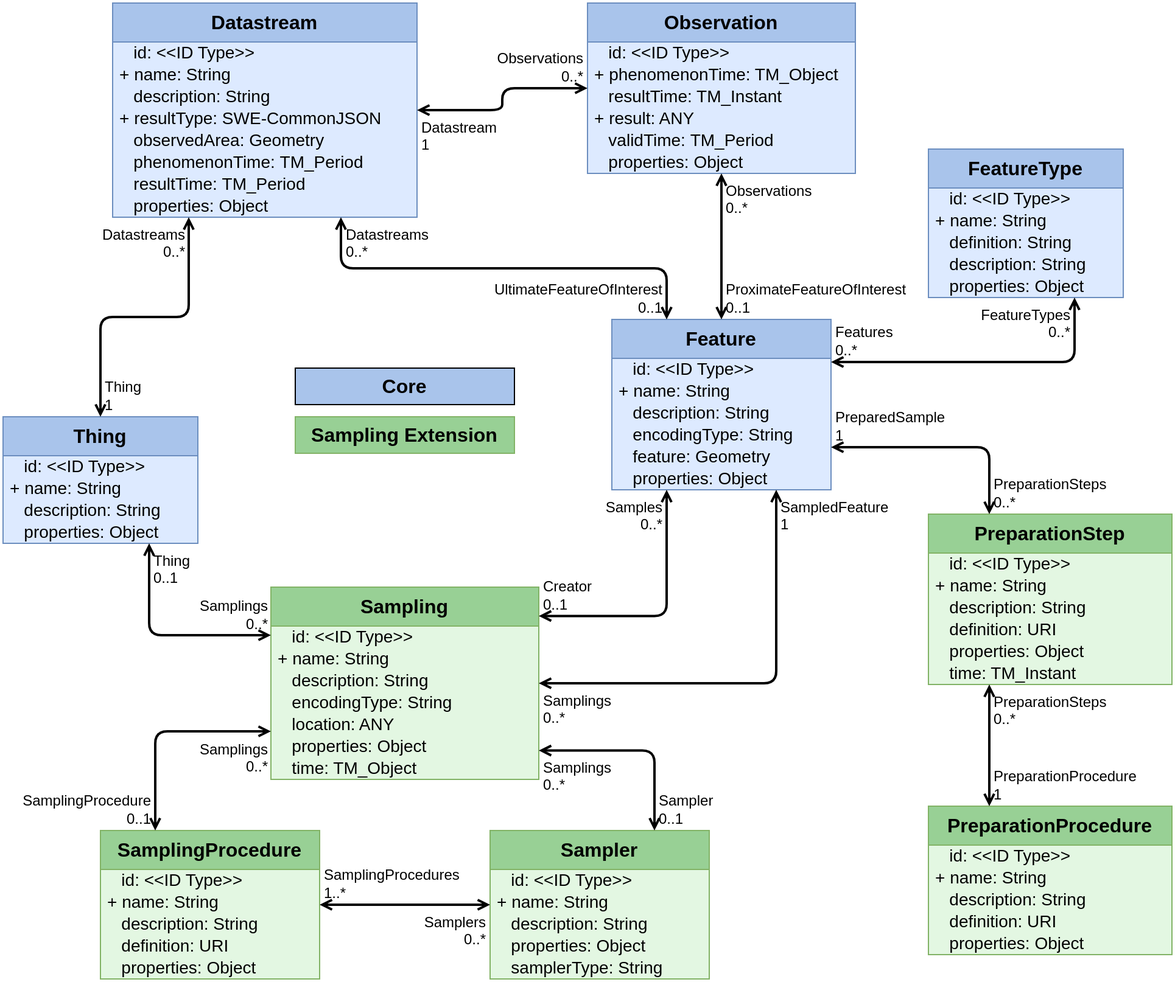
Before: figures/Datamodel-SensorThingsApi-V2-proposal-1-Sampling.drawio.png, a diagram exported from draw.io (opengeospatial/sensorthings). Source tidied: cells renumbered, new cells last; positions are measured from the earlier drawing's top-left corner, leaving out a move shared by most shapes.
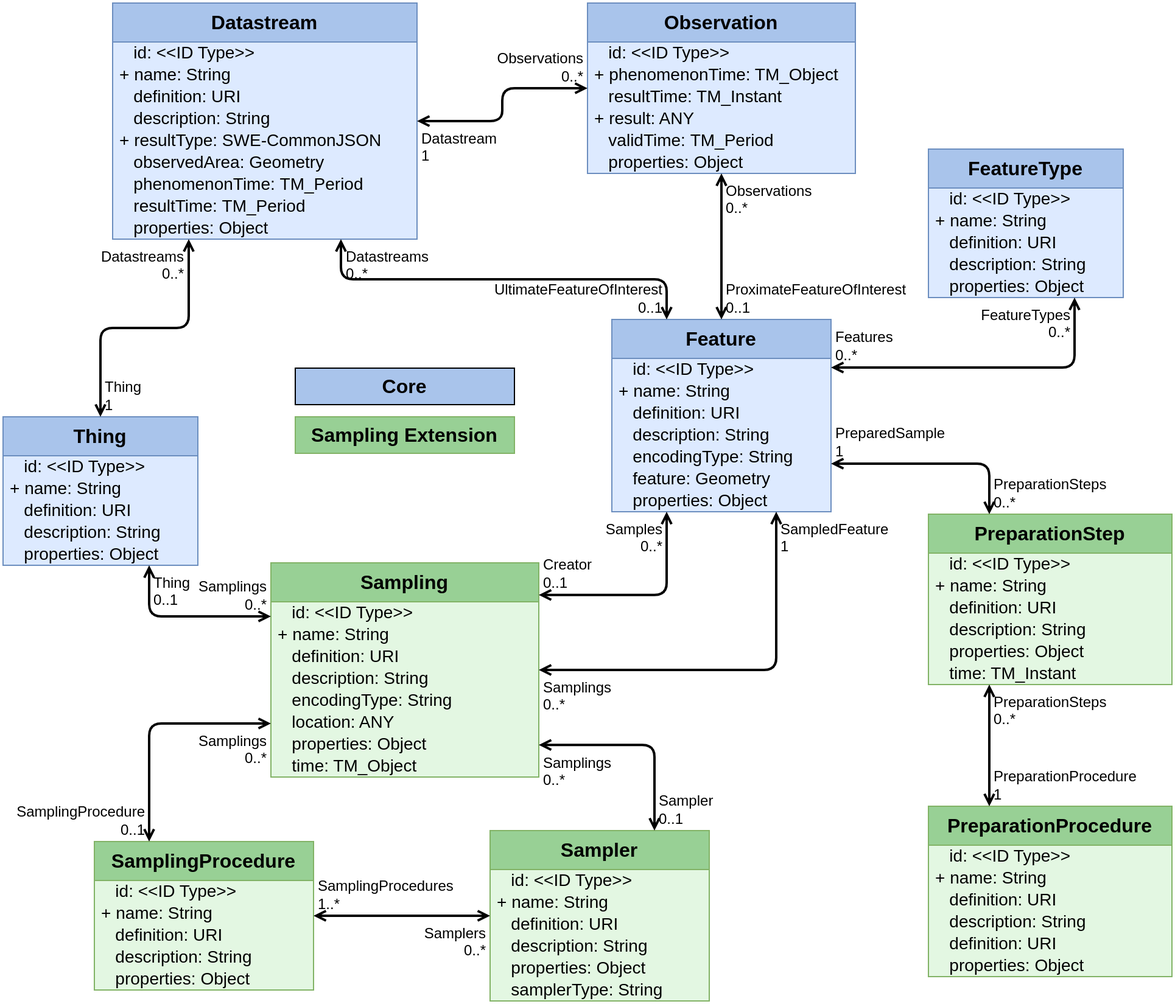
After the commit.

Commit message:
Added definition field to most EntityTypes

Diff of the diagram source:
```diff
@@ -5,3 +5,3 @@
     <mxCell id="2" value="Feature" style="swimlane;fontStyle=1;horizontal=1;startSize=32;fontSize=16;whiteSpace=wrap;html=1;fillColor=#A9C4EB;strokeColor=#6c8ebf;swimlaneFillColor=#DDEAFF;verticalAlign=top;" parent="1" vertex="1">
-      <mxGeometry x="500" y="260" width="180" height="140" as="geometry" />
+      <mxGeometry x="500" y="260" width="180" height="158" as="geometry" />
     </mxCell>
@@ -13,13 +13,16 @@
     </mxCell>
+    <mxCell id="110" value="&amp;nbsp;&amp;nbsp;&amp;nbsp;definition: URI" style="text;strokeColor=none;fillColor=none;align=left;verticalAlign=middle;spacingLeft=4;spacingRight=4;overflow=visible;html=1;fontSize=14;" parent="2" vertex="1">
+      <mxGeometry y="68" width="180" height="18" as="geometry" />
+    </mxCell>
     <mxCell id="5" value="&amp;nbsp; &amp;nbsp;description: String" style="text;strokeColor=none;fillColor=none;align=left;verticalAlign=middle;spacingLeft=4;spacingRight=4;overflow=visible;html=1;fontSize=14;" parent="2" vertex="1">
-      <mxGeometry y="68" width="180" height="18" as="geometry" />
+      <mxGeometry y="86" width="180" height="18" as="geometry" />
     </mxCell>
     <mxCell id="6" value="&amp;nbsp; &amp;nbsp;encodingType: String" style="text;strokeColor=none;fillColor=none;align=left;verticalAlign=middle;spacingLeft=4;spacingRight=4;overflow=visible;html=1;fontSize=14;" parent="2" vertex="1">
-      <mxGeometry y="86" width="180" height="18" as="geometry" />
+      <mxGeometry y="104" width="180" height="18" as="geometry" />
     </mxCell>
     <mxCell id="7" value="&amp;nbsp; &amp;nbsp;feature: Geometry" style="text;strokeColor=none;fillColor=none;align=left;verticalAlign=middle;spacingLeft=4;spacingRight=4;overflow=visible;html=1;fontSize=14;" parent="2" vertex="1">
-      <mxGeometry y="104" width="180" height="18" as="geometry" />
+      <mxGeometry y="122" width="180" height="18" as="geometry" />
     </mxCell>
     <mxCell id="8" value="&amp;nbsp;&amp;nbsp;&amp;nbsp;properties: Object" style="text;strokeColor=none;fillColor=none;align=left;verticalAlign=middle;spacingLeft=4;spacingRight=4;overflow=visible;html=1;fontSize=14;" parent="2" vertex="1">
-      <mxGeometry y="122" width="180" height="18" as="geometry" />
+      <mxGeometry y="140" width="180" height="18" as="geometry" />
     </mxCell>
@@ -34,3 +37,3 @@
     </mxCell>
-    <mxCell id="12" value="&amp;nbsp; &amp;nbsp;definition: String" style="text;strokeColor=none;fillColor=none;align=left;verticalAlign=middle;spacingLeft=4;spacingRight=4;overflow=visible;html=1;fontSize=14;" parent="9" vertex="1">
+    <mxCell id="12" value="&amp;nbsp; &amp;nbsp;definition: URI" style="text;strokeColor=none;fillColor=none;align=left;verticalAlign=middle;spacingLeft=4;spacingRight=4;overflow=visible;html=1;fontSize=14;" parent="9" vertex="1">
       <mxGeometry y="68" width="160" height="18" as="geometry" />
@@ -53,3 +56,3 @@
     <mxCell id="18" value="PreparationProcedure" style="swimlane;fontStyle=1;horizontal=1;startSize=32;fontSize=16;whiteSpace=wrap;html=1;fillColor=#98D095;strokeColor=#82b366;swimlaneFillColor=#E3F7E2;" parent="1" vertex="1">
-      <mxGeometry x="760" y="660" width="200" height="122" as="geometry" />
+      <mxGeometry x="760" y="660" width="200" height="140" as="geometry" />
     </mxCell>
@@ -61,10 +64,13 @@
     </mxCell>
+    <mxCell id="111" value="&amp;nbsp;&amp;nbsp;&amp;nbsp;definition: URI" style="text;strokeColor=none;fillColor=none;align=left;verticalAlign=middle;spacingLeft=4;spacingRight=4;overflow=visible;html=1;fontSize=14;" parent="18" vertex="1">
+      <mxGeometry y="68" width="200" height="18" as="geometry" />
+    </mxCell>
     <mxCell id="21" value="&amp;nbsp;&amp;nbsp;&amp;nbsp;description: String" style="text;strokeColor=none;fillColor=none;align=left;verticalAlign=middle;spacingLeft=4;spacingRight=4;overflow=visible;html=1;fontSize=14;" parent="18" vertex="1">
-      <mxGeometry y="68" width="200" height="18" as="geometry" />
+      <mxGeometry y="86" width="200" height="18" as="geometry" />
     </mxCell>
     <mxCell id="22" value="&amp;nbsp;&amp;nbsp;&amp;nbsp;definition: URI" style="text;strokeColor=none;fillColor=none;align=left;verticalAlign=middle;spacingLeft=4;spacingRight=4;overflow=visible;html=1;fontSize=14;" parent="18" vertex="1">
-      <mxGeometry y="86" width="200" height="18" as="geometry" />
+      <mxGeometry y="104" width="200" height="18" as="geometry" />
     </mxCell>
     <mxCell id="23" value="&amp;nbsp;&amp;nbsp;&amp;nbsp;properties: Object" style="text;strokeColor=none;fillColor=none;align=left;verticalAlign=middle;spacingLeft=4;spacingRight=4;overflow=visible;html=1;fontSize=14;" parent="18" vertex="1">
-      <mxGeometry y="104" width="200" height="18" as="geometry" />
+      <mxGeometry y="122" width="200" height="18" as="geometry" />
     </mxCell>
@@ -79,8 +85,8 @@
     </mxCell>
+    <mxCell id="28" value="&amp;nbsp;&amp;nbsp;&amp;nbsp;definition: URI" style="text;strokeColor=none;fillColor=none;align=left;verticalAlign=middle;spacingLeft=4;spacingRight=4;overflow=visible;html=1;fontSize=14;" parent="24" vertex="1">
+      <mxGeometry y="68" width="200" height="18" as="geometry" />
+    </mxCell>
     <mxCell id="27" value="&amp;nbsp;&amp;nbsp;&amp;nbsp;description: String" style="text;strokeColor=none;fillColor=none;align=left;verticalAlign=middle;spacingLeft=4;spacingRight=4;overflow=visible;html=1;fontSize=14;" parent="24" vertex="1">
-      <mxGeometry y="68" width="200" height="18" as="geometry" />
+      <mxGeometry y="86" width="200" height="18" as="geometry" />
     </mxCell>
-    <mxCell id="28" value="&amp;nbsp;&amp;nbsp;&amp;nbsp;definition: URI" style="text;strokeColor=none;fillColor=none;align=left;verticalAlign=middle;spacingLeft=4;spacingRight=4;overflow=visible;html=1;fontSize=14;" parent="24" vertex="1">
-      <mxGeometry y="86" width="200" height="18" as="geometry" />
-    </mxCell>
     <mxCell id="29" value="&amp;nbsp;&amp;nbsp;&amp;nbsp;properties: Object" style="text;strokeColor=none;fillColor=none;align=left;verticalAlign=middle;spacingLeft=4;spacingRight=4;overflow=visible;html=1;fontSize=14;" parent="24" vertex="1">
@@ -110,3 +116,3 @@
     <mxCell id="37" value="Sampler" style="swimlane;fontStyle=1;horizontal=1;startSize=32;fontSize=16;whiteSpace=wrap;html=1;fillColor=#98D095;strokeColor=#82b366;swimlaneFillColor=#E3F7E2;" parent="1" vertex="1">
-      <mxGeometry x="400" y="680" width="180" height="122" as="geometry" />
+      <mxGeometry x="400" y="680" width="180" height="140" as="geometry" />
     </mxCell>
@@ -118,13 +124,16 @@
     </mxCell>
+    <mxCell id="64" value="&amp;nbsp;&amp;nbsp;&amp;nbsp;definition: URI" style="text;strokeColor=none;fillColor=none;align=left;verticalAlign=middle;spacingLeft=4;spacingRight=4;overflow=visible;html=1;fontSize=14;" parent="37" vertex="1">
+      <mxGeometry y="68" width="180" height="18" as="geometry" />
+    </mxCell>
     <mxCell id="40" value="&amp;nbsp;&amp;nbsp;&amp;nbsp;description: String" style="text;strokeColor=none;fillColor=none;align=left;verticalAlign=middle;spacingLeft=4;spacingRight=4;overflow=visible;html=1;fontSize=14;" parent="37" vertex="1">
-      <mxGeometry y="68" width="180" height="18" as="geometry" />
+      <mxGeometry y="86" width="180" height="18" as="geometry" />
     </mxCell>
     <mxCell id="41" value="&amp;nbsp;&amp;nbsp;&amp;nbsp;properties: Object" style="text;strokeColor=none;fillColor=none;align=left;verticalAlign=middle;spacingLeft=4;spacingRight=4;overflow=visible;html=1;fontSize=14;" parent="37" vertex="1">
-      <mxGeometry y="86" width="180" height="18" as="geometry" />
+      <mxGeometry y="104" width="180" height="18" as="geometry" />
     </mxCell>
     <mxCell id="42" value="&amp;nbsp;&amp;nbsp;&amp;nbsp;samplerType: String" style="text;strokeColor=none;fillColor=none;align=left;verticalAlign=middle;spacingLeft=4;spacingRight=4;overflow=visible;html=1;fontSize=14;" parent="37" vertex="1">
-      <mxGeometry y="104" width="180" height="18" as="geometry" />
+      <mxGeometry y="122" width="180" height="18" as="geometry" />
     </mxCell>
     <mxCell id="43" value="Sampling" style="swimlane;fontStyle=1;horizontal=1;startSize=32;fontSize=16;whiteSpace=wrap;html=1;fillColor=#98D095;strokeColor=#82b366;swimlaneFillColor=#E3F7E2;points=[[0,0,0,0,0],[0,0.25,0,0,0],[0,0.5,0,0,0],[0,0.75,0,0,0],[0,1,0,0,0],[0.25,0,0,0,0],[0.25,1,0,0,0],[0.5,0,0,0,0],[0.5,1,0,0,0],[0.75,0,0,0,0],[0.75,1,0,0,0],[1,0,0,0,0],[1,0.15,0,0,0],[1,0.5,0,0,0],[1,0.85,0,0,0],[1,1,0,0,0]];" parent="1" vertex="1">
-      <mxGeometry x="220" y="480" width="220" height="158" as="geometry" />
+      <mxGeometry x="220" y="460" width="220" height="176" as="geometry" />
     </mxCell>
@@ -136,16 +145,19 @@
     </mxCell>
+    <mxCell id="112" value="&amp;nbsp;&amp;nbsp;&amp;nbsp;definition: URI" style="text;strokeColor=none;fillColor=none;align=left;verticalAlign=middle;spacingLeft=4;spacingRight=4;overflow=visible;html=1;fontSize=14;" parent="43" vertex="1">
+      <mxGeometry y="68" width="220" height="18" as="geometry" />
+    </mxCell>
     <mxCell id="46" value="&amp;nbsp;&amp;nbsp;&amp;nbsp;description: String" style="text;strokeColor=none;fillColor=none;align=left;verticalAlign=middle;spacingLeft=4;spacingRight=4;overflow=visible;html=1;fontSize=14;" parent="43" vertex="1">
-      <mxGeometry y="68" width="220" height="18" as="geometry" />
+      <mxGeometry y="86" width="220" height="18" as="geometry" />
     </mxCell>
     <mxCell id="47" value="&amp;nbsp;&amp;nbsp;&amp;nbsp;encodingType: String" style="text;strokeColor=none;fillColor=none;align=left;verticalAlign=middle;spacingLeft=4;spacingRight=4;overflow=visible;html=1;fontSize=14;" parent="43" vertex="1">
-      <mxGeometry y="86" width="220" height="18" as="geometry" />
+      <mxGeometry y="104" width="220" height="18" as="geometry" />
     </mxCell>
     <mxCell id="48" value="&amp;nbsp;&amp;nbsp;&amp;nbsp;location: ANY" style="text;strokeColor=none;fillColor=none;align=left;verticalAlign=middle;spacingLeft=4;spacingRight=4;overflow=visible;html=1;fontSize=14;" parent="43" vertex="1">
-      <mxGeometry y="104" width="220" height="18" as="geometry" />
+      <mxGeometry y="122" width="220" height="18" as="geometry" />
     </mxCell>
     <mxCell id="49" value="&amp;nbsp;&amp;nbsp;&amp;nbsp;properties: Object" style="text;strokeColor=none;fillColor=none;align=left;verticalAlign=middle;spacingLeft=4;spacingRight=4;overflow=visible;html=1;fontSize=14;" parent="43" vertex="1">
-      <mxGeometry y="122" width="220" height="18" as="geometry" />
+      <mxGeometry y="140" width="220" height="18" as="geometry" />
     </mxCell>
     <mxCell id="50" value="&amp;nbsp; &amp;nbsp;time: TM_Object" style="text;strokeColor=none;fillColor=none;align=left;verticalAlign=middle;spacingLeft=4;spacingRight=4;overflow=visible;html=1;fontSize=14;" parent="43" vertex="1">
-      <mxGeometry y="140" width="220" height="18" as="geometry" />
+      <mxGeometry y="158" width="220" height="18" as="geometry" />
     </mxCell>
@@ -179,3 +191,3 @@
     <mxCell id="60" value="SamplingProcedure" style="swimlane;fontStyle=1;horizontal=1;startSize=32;fontSize=16;whiteSpace=wrap;html=1;fillColor=#98D095;strokeColor=#82b366;swimlaneFillColor=#E3F7E2;" parent="1" vertex="1">
-      <mxGeometry x="80" y="680" width="180" height="122" as="geometry" />
+      <mxGeometry x="75" y="689" width="180" height="122" as="geometry" />
     </mxCell>
@@ -187,8 +199,8 @@
     </mxCell>
+    <mxCell id="113" value="&amp;nbsp;&amp;nbsp;&amp;nbsp;definition: URI" style="text;strokeColor=none;fillColor=none;align=left;verticalAlign=middle;spacingLeft=4;spacingRight=4;overflow=visible;html=1;fontSize=14;" parent="60" vertex="1">
+      <mxGeometry y="68" width="180" height="18" as="geometry" />
+    </mxCell>
     <mxCell id="63" value="&amp;nbsp;&amp;nbsp;&amp;nbsp;description: String" style="text;strokeColor=none;fillColor=none;align=left;verticalAlign=middle;spacingLeft=4;spacingRight=4;overflow=visible;html=1;fontSize=14;" parent="60" vertex="1">
-      <mxGeometry y="68" width="180" height="18" as="geometry" />
+      <mxGeometry y="86" width="180" height="18" as="geometry" />
     </mxCell>
-    <mxCell id="64" value="&amp;nbsp;&amp;nbsp;&amp;nbsp;definition: URI" style="text;strokeColor=none;fillColor=none;align=left;verticalAlign=middle;spacingLeft=4;spacingRight=4;overflow=visible;html=1;fontSize=14;" parent="60" vertex="1">
-      <mxGeometry y="86" width="180" height="18" as="geometry" />
-    </mxCell>
     <mxCell id="65" value="&amp;nbsp;&amp;nbsp;&amp;nbsp;properties: Object" style="text;strokeColor=none;fillColor=none;align=left;verticalAlign=middle;spacingLeft=4;spacingRight=4;overflow=visible;html=1;fontSize=14;" parent="60" vertex="1">
@@ -215,3 +227,3 @@
     <mxCell id="72" value="Thing" style="swimlane;fontStyle=1;horizontal=1;startSize=32;fontSize=16;whiteSpace=wrap;html=1;fillColor=#A9C4EB;strokeColor=#6c8ebf;swimlaneFillColor=#DDEAFF;verticalAlign=top;" parent="1" vertex="1">
-      <mxGeometry y="340" width="160" height="104" as="geometry" />
+      <mxGeometry y="340" width="160" height="122" as="geometry" />
     </mxCell>
@@ -223,7 +235,10 @@
     </mxCell>
+    <mxCell id="114" value="&amp;nbsp;&amp;nbsp;&amp;nbsp;definition: URI" style="text;strokeColor=none;fillColor=none;align=left;verticalAlign=middle;spacingLeft=4;spacingRight=4;overflow=visible;html=1;fontSize=14;" parent="72" vertex="1">
+      <mxGeometry y="68" width="160" height="18" as="geometry" />
+    </mxCell>
     <mxCell id="75" value="&amp;nbsp; &amp;nbsp;description: String" style="text;strokeColor=none;fillColor=none;align=left;verticalAlign=middle;spacingLeft=4;spacingRight=4;overflow=visible;html=1;fontSize=14;" parent="72" vertex="1">
-      <mxGeometry y="68" width="160" height="18" as="geometry" />
+      <mxGeometry y="86" width="160" height="18" as="geometry" />
     </mxCell>
     <mxCell id="76" value="&amp;nbsp;&amp;nbsp;&amp;nbsp;properties: Object" style="text;strokeColor=none;fillColor=none;align=left;verticalAlign=middle;spacingLeft=4;spacingRight=4;overflow=visible;html=1;fontSize=14;" parent="72" vertex="1">
-      <mxGeometry y="86" width="160" height="18" as="geometry" />
+      <mxGeometry y="104" width="160" height="18" as="geometry" />
     </mxCell>
@@ -245,3 +260,3 @@
     <mxCell id="82" value="Datastream" style="swimlane;fontStyle=1;horizontal=1;startSize=32;fontSize=16;whiteSpace=wrap;html=1;fillColor=#A9C4EB;strokeColor=#6c8ebf;swimlaneFillColor=#DDEAFF;verticalAlign=top;" parent="1" vertex="1">
-      <mxGeometry x="90" width="250" height="176" as="geometry" />
+      <mxGeometry x="90" width="250" height="194" as="geometry" />
     </mxCell>
@@ -253,19 +268,22 @@
     </mxCell>
+    <mxCell id="115" value="&amp;nbsp;&amp;nbsp;&amp;nbsp;definition: URI" style="text;strokeColor=none;fillColor=none;align=left;verticalAlign=middle;spacingLeft=4;spacingRight=4;overflow=visible;html=1;fontSize=14;" parent="82" vertex="1">
+      <mxGeometry y="68" width="250" height="18" as="geometry" />
+    </mxCell>
     <mxCell id="85" value="&amp;nbsp; &amp;nbsp;description: String" style="text;strokeColor=none;fillColor=none;align=left;verticalAlign=middle;spacingLeft=4;spacingRight=4;overflow=visible;html=1;fontSize=14;" parent="82" vertex="1">
-      <mxGeometry y="68" width="250" height="18" as="geometry" />
+      <mxGeometry y="86" width="250" height="18" as="geometry" />
     </mxCell>
     <mxCell id="86" value="+ resultType: SWE-CommonJSON" style="text;strokeColor=none;fillColor=none;align=left;verticalAlign=middle;spacingLeft=4;spacingRight=4;overflow=visible;html=1;fontSize=14;" parent="82" vertex="1">
-      <mxGeometry y="86" width="250" height="18" as="geometry" />
+      <mxGeometry y="104" width="250" height="18" as="geometry" />
     </mxCell>
     <mxCell id="87" value="&amp;nbsp;&amp;nbsp;&amp;nbsp;observedArea: Geometry" style="text;strokeColor=none;fillColor=none;align=left;verticalAlign=middle;spacingLeft=4;spacingRight=4;overflow=visible;html=1;fontSize=14;" parent="82" vertex="1">
-      <mxGeometry y="104" width="250" height="18" as="geometry" />
+      <mxGeometry y="122" width="250" height="18" as="geometry" />
     </mxCell>
     <mxCell id="88" value="&amp;nbsp;&amp;nbsp;&amp;nbsp;phenomenonTime:&amp;nbsp;TM_Period" style="text;strokeColor=none;fillColor=none;align=left;verticalAlign=middle;spacingLeft=4;spacingRight=4;overflow=visible;html=1;fontSize=14;" parent="82" vertex="1">
-      <mxGeometry y="122" width="250" height="18" as="geometry" />
+      <mxGeometry y="140" width="250" height="18" as="geometry" />
     </mxCell>
     <mxCell id="89" value="&amp;nbsp;&amp;nbsp;&amp;nbsp;resultTime:&amp;nbsp;TM_Period" style="text;strokeColor=none;fillColor=none;align=left;verticalAlign=middle;spacingLeft=4;spacingRight=4;overflow=visible;html=1;fontSize=14;" parent="82" vertex="1">
-      <mxGeometry y="140" width="250" height="18" as="geometry" />
+      <mxGeometry y="158" width="250" height="18" as="geometry" />
     </mxCell>
     <mxCell id="90" value="&amp;nbsp;&amp;nbsp;&amp;nbsp;properties: Object" style="text;strokeColor=none;fillColor=none;align=left;verticalAlign=middle;spacingLeft=4;spacingRight=4;overflow=visible;html=1;fontSize=14;" parent="82" vertex="1">
-      <mxGeometry y="158" width="250" height="18" as="geometry" />
+      <mxGeometry y="176" width="250" height="18" as="geometry" />
     </mxCell>
```
